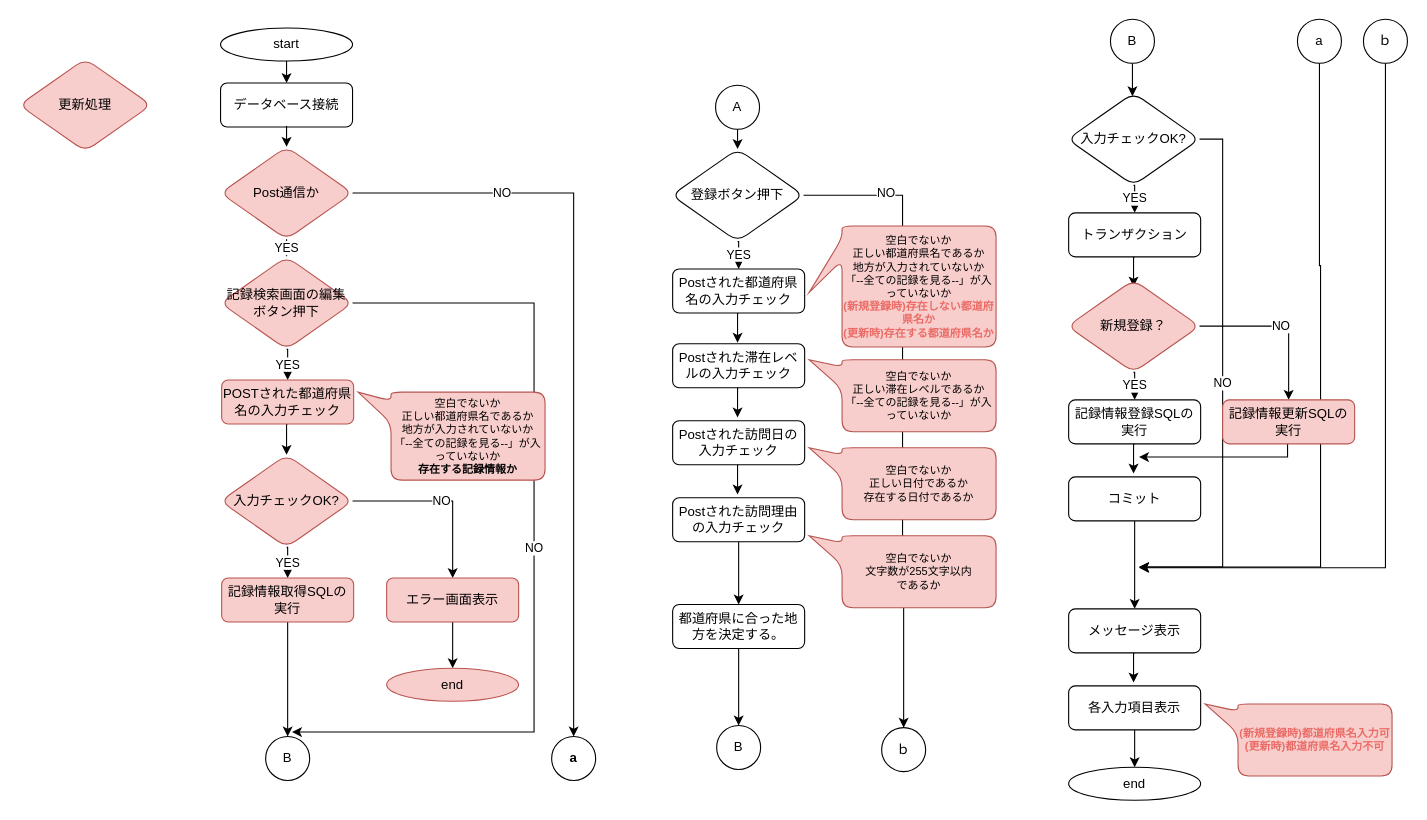
YamaMaru15/prefectures_app keeps this draw.io diagram as page "登録・更新" (2 of 2) of flowChart/prefectures_app.drawio. Above is the earlier version. Source tidied: cells renumbered, new cells numbered last; positions are measured from the earlier drawing's top-left corner, leaving out a move shared by most shapes. Both pictures are drawn from the tidied source at 110%, with x=0, y=0 at pixel (19, 19).
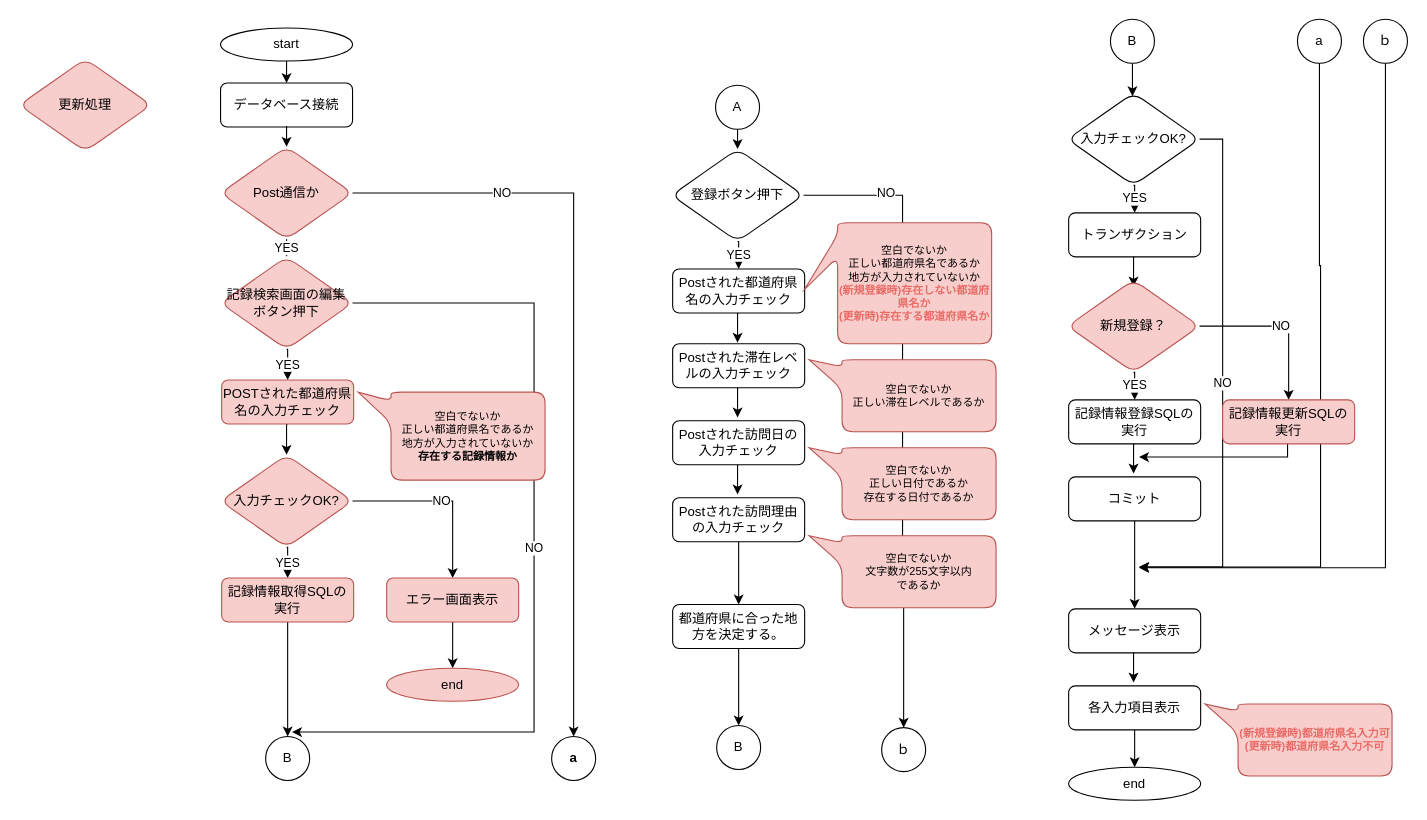
The same diagram, later.

Diff of the diagram source:
```diff
@@
-    <mxCell id="18" value="&lt;div style=&quot;font-size: 10px;&quot;&gt;&lt;font style=&quot;font-size: 10px;&quot;&gt;空白でないか&lt;br&gt;&lt;/font&gt;&lt;/div&gt;&lt;div style=&quot;font-size: 10px;&quot;&gt;&lt;font style=&quot;font-size: 10px;&quot;&gt;正しい都道府県名であるか&lt;/font&gt;&lt;/div&gt;&lt;div style=&quot;font-size: 10px;&quot;&gt;&lt;span style=&quot;&quot;&gt;&lt;font style=&quot;font-size: 10px;&quot;&gt;地方が入力されていないか&lt;/font&gt;&lt;/span&gt;&lt;/div&gt;&lt;div style=&quot;font-size: 10px;&quot;&gt;&lt;font style=&quot;font-size: 10px;&quot;&gt;「--全ての記録を見る--」が入っていないか&lt;/font&gt;&lt;/div&gt;&lt;div style=&quot;font-size: 10px;&quot;&gt;&lt;b style=&quot;border-color: var(--border-color);&quot;&gt;&lt;font style=&quot;border-color: var(--border-color);&quot; color=&quot;#ea6b66&quot;&gt;(新規登録時)存在しない都道府県名か&lt;/font&gt;&lt;/b&gt;&lt;br&gt;&lt;/div&gt;&lt;div style=&quot;font-size: 10px;&quot;&gt;&lt;b style=&quot;border-color: var(--border-color);&quot;&gt;&lt;font style=&quot;border-color: var(--border-color);&quot; color=&quot;#ea6b66&quot;&gt;&lt;b style=&quot;border-color: var(--border-color); color: rgb(0, 0, 0);&quot;&gt;&lt;font style=&quot;border-color: var(--border-color);&quot; color=&quot;#ea6b66&quot;&gt;(更新時)存在する都道府県名か&lt;/font&gt;&lt;/b&gt;&lt;br&gt;&lt;/font&gt;&lt;/b&gt;&lt;/div&gt;" style="shape=callout;whiteSpace=wrap;html=1;perimeter=calloutPerimeter;position2=0.55;size=30;position=0.1;fillColor=#f8cecc;strokeColor=#b85450;rounded=1;rotation=0;direction=south;" parent="1" vertex="1">
-      <mxGeometry x="718" y="188" width="170" height="110" as="geometry" />
+    <mxCell id="18" value="&lt;div style=&quot;font-size: 10px;&quot;&gt;&lt;font style=&quot;font-size: 10px;&quot;&gt;空白でないか&lt;br&gt;&lt;/font&gt;&lt;/div&gt;&lt;div style=&quot;font-size: 10px;&quot;&gt;&lt;font style=&quot;font-size: 10px;&quot;&gt;正しい都道府県名であるか&lt;/font&gt;&lt;/div&gt;&lt;div style=&quot;font-size: 10px;&quot;&gt;&lt;span style=&quot;&quot;&gt;&lt;font style=&quot;font-size: 10px;&quot;&gt;地方が入力されていないか&lt;/font&gt;&lt;/span&gt;&lt;/div&gt;&lt;div style=&quot;font-size: 10px;&quot;&gt;&lt;b style=&quot;border-color: var(--border-color);&quot;&gt;&lt;font style=&quot;border-color: var(--border-color);&quot; color=&quot;#ea6b66&quot;&gt;(新規登録時)存在しない都道府県名か&lt;/font&gt;&lt;/b&gt;&lt;br&gt;&lt;/div&gt;&lt;div style=&quot;font-size: 10px;&quot;&gt;&lt;b style=&quot;border-color: var(--border-color);&quot;&gt;&lt;font style=&quot;border-color: var(--border-color);&quot; color=&quot;#ea6b66&quot;&gt;&lt;b style=&quot;border-color: var(--border-color); color: rgb(0, 0, 0);&quot;&gt;&lt;font style=&quot;border-color: var(--border-color);&quot; color=&quot;#ea6b66&quot;&gt;(更新時)存在する都道府県名か&lt;/font&gt;&lt;/b&gt;&lt;br&gt;&lt;/font&gt;&lt;/b&gt;&lt;/div&gt;" style="shape=callout;whiteSpace=wrap;html=1;perimeter=calloutPerimeter;position2=0.55;size=30;position=0.1;fillColor=#f8cecc;strokeColor=#b85450;rounded=1;rotation=0;direction=south;" parent="1" vertex="1">
+      <mxGeometry x="714" y="185" width="170" height="110" as="geometry" />
     </mxCell>
@@
-    <mxCell id="20" value="&lt;div style=&quot;font-size: 10px;&quot;&gt;&lt;div&gt;空白でないか&lt;br&gt;&lt;/div&gt;&lt;div&gt;正しい滞在レベルであるか&lt;/div&gt;&lt;div&gt;&lt;span style=&quot;background-color: initial;&quot;&gt;「--全ての記録を見る--」が入っていないか&lt;/span&gt;&lt;/div&gt;&lt;/div&gt;" style="shape=callout;whiteSpace=wrap;html=1;perimeter=calloutPerimeter;position2=0;size=30;position=0.1;fillColor=#f8cecc;strokeColor=#b85450;rounded=1;rotation=0;direction=south;" parent="1" vertex="1">
+    <mxCell id="20" value="&lt;div style=&quot;font-size: 10px;&quot;&gt;&lt;div&gt;空白でないか&lt;br&gt;&lt;/div&gt;&lt;div&gt;正しい滞在レベルであるか&lt;/div&gt;&lt;/div&gt;" style="shape=callout;whiteSpace=wrap;html=1;perimeter=calloutPerimeter;position2=0;size=30;position=0.1;fillColor=#f8cecc;strokeColor=#b85450;rounded=1;rotation=0;direction=south;" parent="1" vertex="1">
       <mxGeometry x="718" y="309.5" width="170" height="65.5" as="geometry" />
     </mxCell>
@@
-    <mxCell id="61" value="&lt;div style=&quot;font-size: 10px;&quot;&gt;&lt;font style=&quot;font-size: 10px;&quot;&gt;空白でないか&lt;br&gt;&lt;/font&gt;&lt;/div&gt;&lt;div style=&quot;font-size: 10px;&quot;&gt;&lt;font style=&quot;font-size: 10px;&quot;&gt;正しい都道府県名であるか&lt;/font&gt;&lt;/div&gt;&lt;div style=&quot;font-size: 10px;&quot;&gt;&lt;span style=&quot;&quot;&gt;&lt;font style=&quot;font-size: 10px;&quot;&gt;地方が入力されていないか&lt;/font&gt;&lt;/span&gt;&lt;/div&gt;&lt;div style=&quot;font-size: 10px;&quot;&gt;&lt;font style=&quot;font-size: 10px;&quot;&gt;「--全ての記録を見る--」が入っていないか&lt;/font&gt;&lt;/div&gt;&lt;div style=&quot;font-size: 10px;&quot;&gt;&lt;font style=&quot;font-size: 10px;&quot;&gt;&lt;b&gt;存在する記録情報か&lt;/b&gt;&lt;/font&gt;&lt;/div&gt;" style="shape=callout;whiteSpace=wrap;html=1;perimeter=calloutPerimeter;position2=0;size=30;position=0.1;fillColor=#f8cecc;strokeColor=#b85450;rounded=1;rotation=0;direction=south;" parent="1" vertex="1">
+    <mxCell id="61" value="&lt;div style=&quot;font-size: 10px;&quot;&gt;&lt;font style=&quot;font-size: 10px;&quot;&gt;空白でないか&lt;br&gt;&lt;/font&gt;&lt;/div&gt;&lt;div style=&quot;font-size: 10px;&quot;&gt;&lt;font style=&quot;font-size: 10px;&quot;&gt;正しい都道府県名であるか&lt;/font&gt;&lt;/div&gt;&lt;div style=&quot;font-size: 10px;&quot;&gt;&lt;span style=&quot;&quot;&gt;&lt;font style=&quot;font-size: 10px;&quot;&gt;地方が入力されていないか&lt;/font&gt;&lt;/span&gt;&lt;/div&gt;&lt;div style=&quot;font-size: 10px;&quot;&gt;&lt;font style=&quot;font-size: 10px;&quot;&gt;&lt;b&gt;存在する記録情報か&lt;/b&gt;&lt;/font&gt;&lt;/div&gt;" style="shape=callout;whiteSpace=wrap;html=1;perimeter=calloutPerimeter;position2=0;size=30;position=0.1;fillColor=#f8cecc;strokeColor=#b85450;rounded=1;rotation=0;direction=south;" parent="1" vertex="1">
       <mxGeometry x="308" y="339" width="170" height="80" as="geometry" />
     </mxCell>
```
